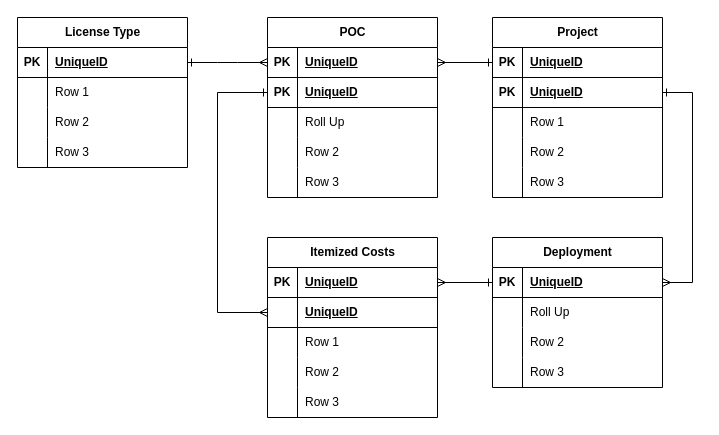
Above: page "Option-1a" (1 of 4) of erd-projint-01.drawio in josjreyes/GitInit (draw.io), before the change. Source tidied: cells renumbered, new cells numbered last; positions are measured from the earlier drawing's top-left corner, leaving out a move shared by most shapes. Both pictures are drawn from the tidied source at 100%, with x=0, y=0 at pixel (17, 17).
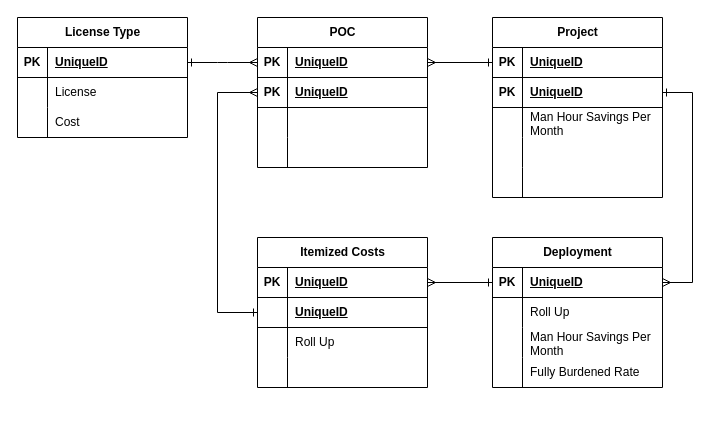
The same diagram, later.

The change refers to these unchanged cells:
```xml
<mxCell id="9" style="shape=tableRow;horizontal=0;startSize=0;swimlaneHead=0;swimlaneBody=0;fillColor=none;top=0;left=0;right=0;bottom=0;" parent="2" vertex="1">
  <mxGeometry y="90" width="170" height="30" as="geometry" />
</mxCell>
<mxCell id="12" style="shape=tableRow;horizontal=0;startSize=0;swimlaneHead=0;swimlaneBody=0;fillColor=none;top=0;left=0;right=0;bottom=0;" parent="2" vertex="1">
  <mxGeometry y="120" width="170" height="30" as="geometry" />
</mxCell>
<mxCell id="15" style="shape=tableRow;horizontal=0;startSize=0;swimlaneHead=0;swimlaneBody=0;fillColor=none;top=0;left=0;right=0;bottom=0;" parent="2" vertex="1">
  <mxGeometry y="150" width="170" height="30" as="geometry" />
</mxCell>
<mxCell id="22" style="shape=tableRow;horizontal=0;startSize=0;swimlaneHead=0;swimlaneBody=0;fillColor=none;top=0;left=0;right=0;bottom=0;" parent="18" vertex="1">
  <mxGeometry y="60" width="170" height="30" as="geometry" />
</mxCell>
<mxCell id="25" style="shape=tableRow;horizontal=0;startSize=0;swimlaneHead=0;swimlaneBody=0;fillColor=none;top=0;left=0;right=0;bottom=0;" parent="18" vertex="1">
  <mxGeometry y="90" width="170" height="30" as="geometry" />
</mxCell>
<mxCell id="32" value="Deployment" style="shape=table;startSize=30;childLayout=tableLayout;rowLines=0;fontStyle=1;align=center;html=1;" parent="1" vertex="1">
  <mxGeometry x="475" y="220" width="170" height="150" as="geometry" />
</mxCell>
<mxCell id="39" style="shape=tableRow;horizontal=0;startSize=0;swimlaneHead=0;swimlaneBody=0;fillColor=none;top=0;left=0;right=0;bottom=0;" parent="32" vertex="1">
  <mxGeometry y="90" width="170" height="30" as="geometry" />
</mxCell>
<mxCell id="49" style="shape=tableRow;horizontal=0;startSize=0;swimlaneHead=0;swimlaneBody=0;fillColor=none;points=[[0,0.5],[1,0.5]];portConstraint=eastwest;top=0;left=0;right=0;bottom=1;" parent="45" vertex="1">
  <mxGeometry y="60" width="170" height="30" as="geometry" />
</mxCell>
<mxCell id="52" style="shape=tableRow;horizontal=0;startSize=0;swimlaneHead=0;swimlaneBody=0;fillColor=none;top=0;left=0;right=0;bottom=0;" parent="45" vertex="1">
  <mxGeometry y="90" width="170" height="30" as="geometry" />
</mxCell>
<mxCell id="55" style="shape=tableRow;horizontal=0;startSize=0;swimlaneHead=0;swimlaneBody=0;fillColor=none;top=0;left=0;right=0;bottom=0;" parent="45" vertex="1">
  <mxGeometry y="120" width="170" height="30" as="geometry" />
</mxCell>
<mxCell id="66" style="shape=tableRow;horizontal=0;startSize=0;swimlaneHead=0;swimlaneBody=0;fillColor=none;points=[[0,0.5],[1,0.5]];portConstraint=eastwest;top=0;left=0;right=0;bottom=1;" parent="62" vertex="1">
  <mxGeometry y="60" width="170" height="30" as="geometry" />
</mxCell>
<mxCell id="69" style="shape=tableRow;horizontal=0;startSize=0;swimlaneHead=0;swimlaneBody=0;fillColor=none;top=0;left=0;right=0;bottom=0;" parent="62" vertex="1">
  <mxGeometry y="90" width="170" height="30" as="geometry" />
</mxCell>
<mxCell id="72" style="shape=tableRow;horizontal=0;startSize=0;swimlaneHead=0;swimlaneBody=0;fillColor=none;top=0;left=0;right=0;bottom=0;" parent="62" vertex="1">
  <mxGeometry y="120" width="170" height="30" as="geometry" />
</mxCell>
```

Diff of the diagram source:
```diff
@@
-    <mxCell id="11" value="Row 1" style="shape=partialRectangle;fillColor=none;top=0;left=0;bottom=0;right=0;align=left;spacingLeft=6;overflow=hidden;whiteSpace=wrap;html=1;" parent="9" vertex="1">
+    <mxCell id="11" value="Man Hour Savings Per Month" style="shape=partialRectangle;fillColor=none;top=0;left=0;bottom=0;right=0;align=left;spacingLeft=6;overflow=hidden;whiteSpace=wrap;html=1;" parent="9" vertex="1">
       <mxGeometry x="30" width="140" height="30" as="geometry" />
     </mxCell>
@@
-    <mxCell id="14" value="Row 2" style="shape=partialRectangle;fillColor=none;top=0;left=0;bottom=0;right=0;align=left;spacingLeft=6;overflow=hidden;whiteSpace=wrap;html=1;" parent="12" vertex="1">
+    <mxCell id="14" style="shape=partialRectangle;fillColor=none;top=0;left=0;bottom=0;right=0;align=left;spacingLeft=6;overflow=hidden;whiteSpace=wrap;html=1;" parent="12" vertex="1">
       <mxGeometry x="30" width="140" height="30" as="geometry" />
     </mxCell>
@@
-    <mxCell id="17" value="Row 3" style="shape=partialRectangle;fillColor=none;top=0;left=0;bottom=0;right=0;align=left;spacingLeft=6;overflow=hidden;whiteSpace=wrap;html=1;" parent="15" vertex="1">
+    <mxCell id="17" style="shape=partialRectangle;fillColor=none;top=0;left=0;bottom=0;right=0;align=left;spacingLeft=6;overflow=hidden;whiteSpace=wrap;html=1;" parent="15" vertex="1">
       <mxGeometry x="30" width="140" height="30" as="geometry" />
     </mxCell>
     <mxCell id="18" value="License Type" style="shape=table;startSize=30;childLayout=tableLayout;rowLines=0;fontStyle=1;align=center;html=1;" parent="1" vertex="1">
-      <mxGeometry width="170" height="150" as="geometry" />
+      <mxGeometry width="170" height="120" as="geometry" />
     </mxCell>
@@
-    <mxCell id="24" value="Row 1" style="shape=partialRectangle;fillColor=none;top=0;left=0;bottom=0;right=0;align=left;spacingLeft=6;overflow=hidden;whiteSpace=wrap;html=1;" parent="22" vertex="1">
+    <mxCell id="24" value="License" style="shape=partialRectangle;fillColor=none;top=0;left=0;bottom=0;right=0;align=left;spacingLeft=6;overflow=hidden;whiteSpace=wrap;html=1;" parent="22" vertex="1">
       <mxGeometry x="30" width="140" height="30" as="geometry" />
     </mxCell>
@@
-    <mxCell id="27" value="Row 2" style="shape=partialRectangle;fillColor=none;top=0;left=0;bottom=0;right=0;align=left;spacingLeft=6;overflow=hidden;whiteSpace=wrap;html=1;" parent="25" vertex="1">
+    <mxCell id="27" value="Cost" style="shape=partialRectangle;fillColor=none;top=0;left=0;bottom=0;right=0;align=left;spacingLeft=6;overflow=hidden;whiteSpace=wrap;html=1;" parent="25" vertex="1">
       <mxGeometry x="30" width="140" height="30" as="geometry" />
     </mxCell>
-    <mxCell id="28" style="shape=tableRow;horizontal=0;startSize=0;swimlaneHead=0;swimlaneBody=0;fillColor=none;top=0;left=0;right=0;bottom=0;" parent="18" vertex="1">
-      <mxGeometry y="120" width="170" height="30" as="geometry" />
-    </mxCell>
-    <mxCell id="29" style="shape=partialRectangle;fillColor=none;top=0;left=0;bottom=0;right=0;overflow=hidden;whiteSpace=wrap;html=1;" parent="28" vertex="1">
-      <mxGeometry width="30" height="30" as="geometry" />
-    </mxCell>
-    <mxCell id="30" value="Row 3" style="shape=partialRectangle;fillColor=none;top=0;left=0;bottom=0;right=0;align=left;spacingLeft=6;overflow=hidden;whiteSpace=wrap;html=1;" parent="28" vertex="1">
-      <mxGeometry x="30" width="140" height="30" as="geometry" />
-    </mxCell>
@@
-    <mxCell id="40" style="shape=partialRectangle;fillColor=none;top=0;left=0;bottom=0;right=0;overflow=hidden;whiteSpace=wrap;html=1;" parent="39" vertex="1">
-      <mxGeometry width="30" height="30" as="geometry" />
-    </mxCell>
-    <mxCell id="41" value="Row 2" style="shape=partialRectangle;fillColor=none;top=0;left=0;bottom=0;right=0;align=left;spacingLeft=6;overflow=hidden;whiteSpace=wrap;html=1;" parent="39" vertex="1">
-      <mxGeometry x="30" width="140" height="30" as="geometry" />
-    </mxCell>
-    <mxCell id="42" style="shape=tableRow;horizontal=0;startSize=0;swimlaneHead=0;swimlaneBody=0;fillColor=none;top=0;left=0;right=0;bottom=0;" parent="32" vertex="1">
-      <mxGeometry y="120" width="170" height="30" as="geometry" />
-    </mxCell>
-    <mxCell id="43" style="shape=partialRectangle;fillColor=none;top=0;left=0;bottom=0;right=0;overflow=hidden;whiteSpace=wrap;html=1;" parent="42" vertex="1">
-      <mxGeometry width="30" height="30" as="geometry" />
-    </mxCell>
-    <mxCell id="44" value="Row 3" style="shape=partialRectangle;fillColor=none;top=0;left=0;bottom=0;right=0;align=left;spacingLeft=6;overflow=hidden;whiteSpace=wrap;html=1;" parent="42" vertex="1">
-      <mxGeometry x="30" width="140" height="30" as="geometry" />
-    </mxCell>
+    <mxCell id="81" style="shape=partialRectangle;fillColor=none;top=0;left=0;bottom=0;right=0;overflow=hidden;whiteSpace=wrap;html=1;" parent="39" vertex="1">
+      <mxGeometry width="30" height="30" as="geometry" />
+    </mxCell>
+    <mxCell id="82" value="Man Hour Savings Per Month" style="shape=partialRectangle;fillColor=none;top=0;left=0;bottom=0;right=0;align=left;spacingLeft=6;overflow=hidden;whiteSpace=wrap;html=1;" parent="39" vertex="1">
+      <mxGeometry x="30" width="140" height="30" as="geometry" />
+    </mxCell>
+    <mxCell id="83" style="shape=tableRow;horizontal=0;startSize=0;swimlaneHead=0;swimlaneBody=0;fillColor=none;top=0;left=0;right=0;bottom=0;" parent="32" vertex="1">
+      <mxGeometry y="120" width="170" height="30" as="geometry" />
+    </mxCell>
+    <mxCell id="84" style="shape=partialRectangle;fillColor=none;top=0;left=0;bottom=0;right=0;overflow=hidden;whiteSpace=wrap;html=1;" parent="83" vertex="1">
+      <mxGeometry width="30" height="30" as="geometry" />
+    </mxCell>
+    <mxCell id="85" value="Fully Burdened Rate" style="shape=partialRectangle;fillColor=none;top=0;left=0;bottom=0;right=0;align=left;spacingLeft=6;overflow=hidden;whiteSpace=wrap;html=1;" parent="83" vertex="1">
+      <mxGeometry x="30" width="140" height="30" as="geometry" />
+    </mxCell>
     <mxCell id="45" value="POC" style="shape=table;startSize=30;childLayout=tableLayout;rowLines=0;fontStyle=1;align=center;html=1;" parent="1" vertex="1">
-      <mxGeometry x="250" width="170" height="180" as="geometry" />
+      <mxGeometry x="240" width="170" height="150" as="geometry" />
     </mxCell>
@@
-    <mxCell id="54" value="Roll Up" style="shape=partialRectangle;fillColor=none;top=0;left=0;bottom=0;right=0;align=left;spacingLeft=6;overflow=hidden;whiteSpace=wrap;html=1;" parent="52" vertex="1">
+    <mxCell id="54" style="shape=partialRectangle;fillColor=none;top=0;left=0;bottom=0;right=0;align=left;spacingLeft=6;overflow=hidden;whiteSpace=wrap;html=1;" parent="52" vertex="1">
       <mxGeometry x="30" width="140" height="30" as="geometry" />
     </mxCell>
@@
-    <mxCell id="57" value="Row 2" style="shape=partialRectangle;fillColor=none;top=0;left=0;bottom=0;right=0;align=left;spacingLeft=6;overflow=hidden;whiteSpace=wrap;html=1;" parent="55" vertex="1">
+    <mxCell id="57" style="shape=partialRectangle;fillColor=none;top=0;left=0;bottom=0;right=0;align=left;spacingLeft=6;overflow=hidden;whiteSpace=wrap;html=1;" parent="55" vertex="1">
       <mxGeometry x="30" width="140" height="30" as="geometry" />
     </mxCell>
-    <mxCell id="58" style="shape=tableRow;horizontal=0;startSize=0;swimlaneHead=0;swimlaneBody=0;fillColor=none;top=0;left=0;right=0;bottom=0;" parent="45" vertex="1">
-      <mxGeometry y="150" width="170" height="30" as="geometry" />
-    </mxCell>
-    <mxCell id="59" style="shape=partialRectangle;fillColor=none;top=0;left=0;bottom=0;right=0;overflow=hidden;whiteSpace=wrap;html=1;" parent="58" vertex="1">
-      <mxGeometry width="30" height="30" as="geometry" />
-    </mxCell>
-    <mxCell id="60" value="Row 3" style="shape=partialRectangle;fillColor=none;top=0;left=0;bottom=0;right=0;align=left;spacingLeft=6;overflow=hidden;whiteSpace=wrap;html=1;" parent="58" vertex="1">
-      <mxGeometry x="30" width="140" height="30" as="geometry" />
-    </mxCell>
@@
     <mxCell id="62" value="Itemized Costs" style="shape=table;startSize=30;childLayout=tableLayout;rowLines=0;fontStyle=1;align=center;html=1;" parent="1" vertex="1">
-      <mxGeometry x="250" y="220" width="170" height="180" as="geometry" />
+      <mxGeometry x="240" y="220" width="170" height="150" as="geometry" />
     </mxCell>
@@
-    <mxCell id="71" value="Row 1" style="shape=partialRectangle;fillColor=none;top=0;left=0;bottom=0;right=0;align=left;spacingLeft=6;overflow=hidden;whiteSpace=wrap;html=1;" parent="69" vertex="1">
+    <mxCell id="71" value="Roll Up" style="shape=partialRectangle;fillColor=none;top=0;left=0;bottom=0;right=0;align=left;spacingLeft=6;overflow=hidden;whiteSpace=wrap;html=1;" parent="69" vertex="1">
       <mxGeometry x="30" width="140" height="30" as="geometry" />
     </mxCell>
@@
-    <mxCell id="74" value="Row 2" style="shape=partialRectangle;fillColor=none;top=0;left=0;bottom=0;right=0;align=left;spacingLeft=6;overflow=hidden;whiteSpace=wrap;html=1;" parent="72" vertex="1">
+    <mxCell id="74" style="shape=partialRectangle;fillColor=none;top=0;left=0;bottom=0;right=0;align=left;spacingLeft=6;overflow=hidden;whiteSpace=wrap;html=1;" parent="72" vertex="1">
       <mxGeometry x="30" width="140" height="30" as="geometry" />
     </mxCell>
-    <mxCell id="75" style="shape=tableRow;horizontal=0;startSize=0;swimlaneHead=0;swimlaneBody=0;fillColor=none;top=0;left=0;right=0;bottom=0;" parent="62" vertex="1">
-      <mxGeometry y="150" width="170" height="30" as="geometry" />
-    </mxCell>
-    <mxCell id="76" style="shape=partialRectangle;fillColor=none;top=0;left=0;bottom=0;right=0;overflow=hidden;whiteSpace=wrap;html=1;" parent="75" vertex="1">
-      <mxGeometry width="30" height="30" as="geometry" />
-    </mxCell>
-    <mxCell id="77" value="Row 3" style="shape=partialRectangle;fillColor=none;top=0;left=0;bottom=0;right=0;align=left;spacingLeft=6;overflow=hidden;whiteSpace=wrap;html=1;" parent="75" vertex="1">
-      <mxGeometry x="30" width="140" height="30" as="geometry" />
-    </mxCell>
@@
-    <mxCell id="79" style="edgeStyle=orthogonalEdgeStyle;rounded=0;jettySize=auto;html=1;exitX=0;exitY=0.5;exitDx=0;exitDy=0;entryX=0;entryY=0.5;entryDx=0;entryDy=0;endArrow=ERmany;endFill=0;startArrow=ERone;startFill=0;" parent="1" edge="1" source="49" target="66">
+    <mxCell id="79" style="edgeStyle=orthogonalEdgeStyle;rounded=0;jettySize=auto;html=1;exitX=0;exitY=0.5;exitDx=0;exitDy=0;entryX=0;entryY=0.5;entryDx=0;entryDy=0;endArrow=ERone;endFill=0;startArrow=ERmany;startFill=0;" parent="1" edge="1" source="49" target="66">
       <mxGeometry relative="1" as="geometry">
         <Array as="points">
           <mxPoint x="200" y="75" />
           <mxPoint x="200" y="295" />
         </Array>
       </mxGeometry>
     </mxCell>
```
